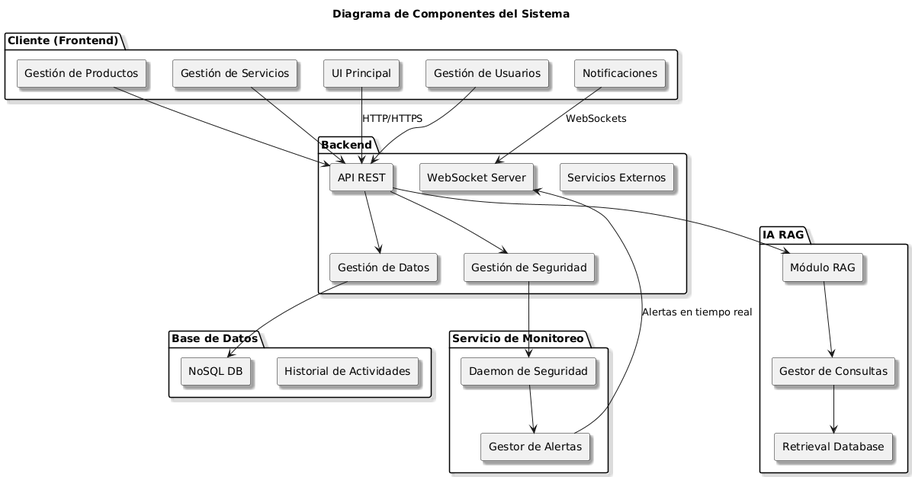
This is Imagenes/componentes-sistema.png from Giozar/propuesta-proyecto, a PlantUML export, as it was before one commit.
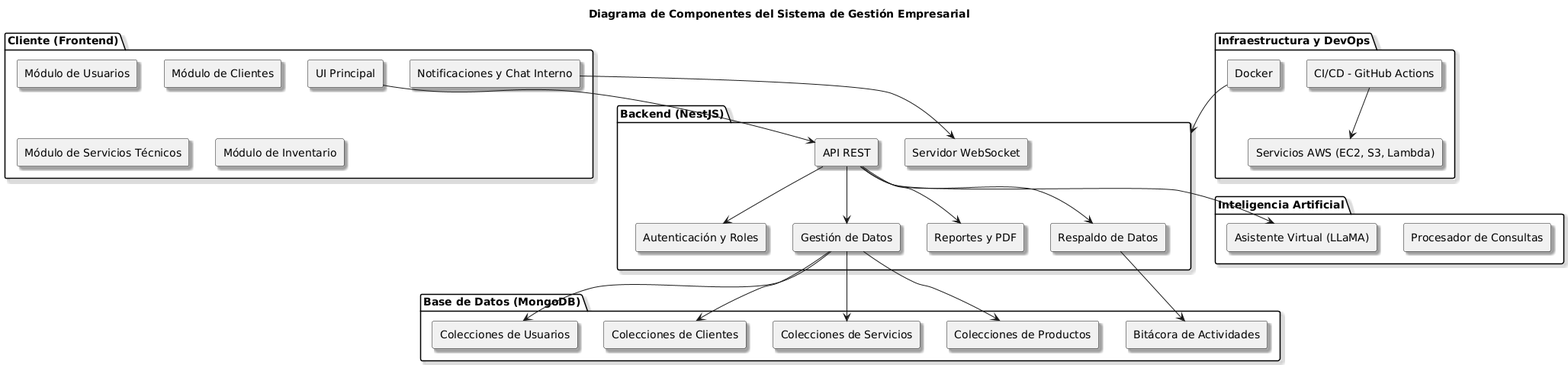
After the change.

Change to the diagram source:
```diff
@@ -3,56 +3,60 @@
 skinparam shadowing true
 skinparam fontName Arial
 
-title Diagrama de Componentes del Sistema
+title Diagrama de Componentes del Sistema de Gestión Empresarial
 
 package "Cliente (Frontend)" {
     [UI Principal]
-    [Gestión de Usuarios]
-    [Gestión de Productos]
-    [Gestión de Servicios]
-    [Notificaciones]
+    [Módulo de Usuarios]
+    [Módulo de Clientes]
+    [Módulo de Servicios Técnicos]
+    [Módulo de Inventario]
+    [Notificaciones y Chat Interno]
 }
 
-package "Backend" {
+package "Backend (NestJS)" {
     [API REST]
-    [WebSocket Server]
-    [Gestión de Seguridad]
+    [Servidor WebSocket]
+    [Autenticación y Roles]
     [Gestión de Datos]
-    [Servicios Externos]
+    [Reportes y PDF]
+    [Respaldo de Datos]
 }
 
-package "IA RAG" {
-    [Módulo RAG]
-    [Gestor de Consultas]
-    [Retrieval Database]
+package "Base de Datos (MongoDB)" {
+    [Colecciones de Usuarios]
+    [Colecciones de Clientes]
+    [Colecciones de Servicios]
+    [Colecciones de Productos]
+    [Bitácora de Actividades]
 }
 
-package "Servicio de Monitoreo" {
-    [Daemon de Seguridad]
-    [Gestor de Alertas]
+package "Inteligencia Artificial" {
+    [Asistente Virtual (LLaMA)]
+    [Procesador de Consultas]
 }
 
-package "Base de Datos" {
-    [NoSQL DB]
-    [Historial de Actividades]
-    [Gestión de Productos]
-    [Gestión de Usuarios]
+package "Infraestructura y DevOps" {
+    [Docker]
+    [CI/CD - GitHub Actions]
+    [Servicios AWS (EC2, S3, Lambda)]
 }
 
-[UI Principal] --> [API REST] : HTTP/HTTPS
-[Gestión de Usuarios] --> [API REST]
-[Gestión de Productos] --> [API REST]
-[Gestión de Servicios] --> [API REST]
-[Notificaciones] --> [WebSocket Server] : WebSockets
+[UI Principal] --> [API REST]
+[Notificaciones y Chat Interno] --> [Servidor WebSocket]
 
-[API REST] --> [Gestión de Seguridad]
+[API REST] --> [Autenticación y Roles]
 [API REST] --> [Gestión de Datos]
-[Gestión de Datos] --> [NoSQL DB]
-[Gestión de Seguridad] --> [Daemon de Seguridad]
-[Daemon de Seguridad] --> [Gestor de Alertas]
-[Gestor de Alertas] --> [WebSocket Server] : Alertas en tiempo real
+[API REST] --> [Reportes y PDF]
+[API REST] --> [Respaldo de Datos]
+[API REST] --> [Asistente Virtual (LLaMA)]
 
-[API REST] --> [Módulo RAG]
-[Módulo RAG] --> [Gestor de Consultas]
-[Gestor de Consultas] --> [Retrieval Database]
+[Gestión de Datos] --> [Colecciones de Usuarios]
+[Gestión de Datos] --> [Colecciones de Clientes]
+[Gestión de Datos] --> [Colecciones de Servicios]
+[Gestión de Datos] --> [Colecciones de Productos]
+[Respaldo de Datos] --> [Bitácora de Actividades]
+
+[CI/CD - GitHub Actions] --> [Servicios AWS (EC2, S3, Lambda)]
+[Docker] --> [Backend (NestJS)]
 @enduml
```
